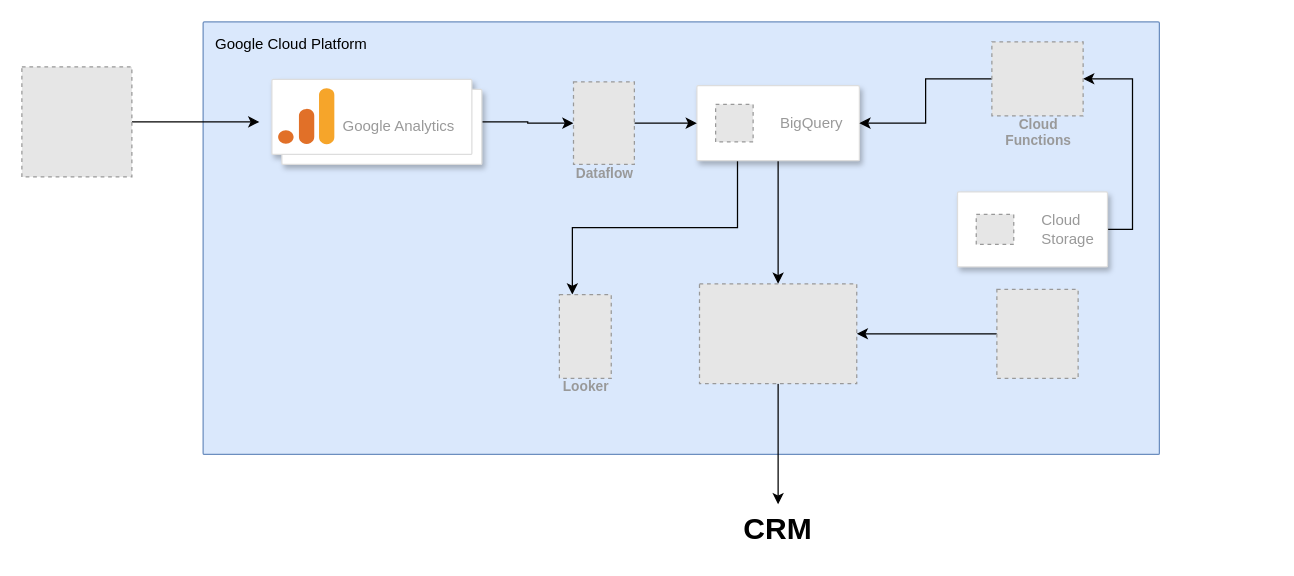
Before: Untitled Diagram.drawio in kmlhtpgl/devops, a draw.io diagram. Source tidied: cells renumbered, new cells numbered last; positions are measured from the earlier drawing's top-left corner, leaving out a move shared by most shapes. Both pictures are drawn from the tidied source at 125%, with x=0, y=0 at pixel (21, 21). Pictures stored in the file or linked from it are replaced by grey dashed boxes.
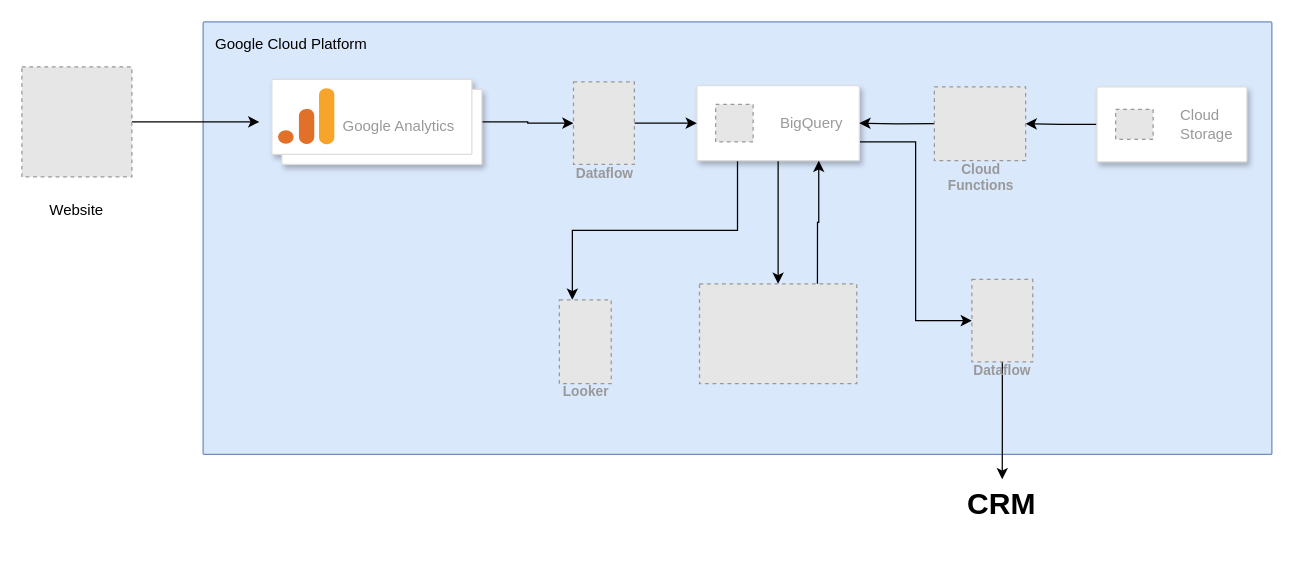
After the change.

The change refers to these unchanged cells:
```xml
<mxCell id="10" style="strokeColor=#dddddd;shadow=1;strokeWidth=1;rounded=1;absoluteArcSize=1;arcSize=2;" parent="1" vertex="1">
  <mxGeometry x="540" y="51" width="130" height="60" as="geometry" />
</mxCell>
<mxCell id="15" style="fillColor=#E6E6E6;strokeColor=#999999;dashed=1;verticalLabelPosition=bottom;verticalAlign=top;" parent="1" vertex="1">
  <mxGeometry x="542.1" y="209.6" width="125.8" height="79.8" as="geometry" />
</mxCell>
```

Diff of the diagram source:
```diff
@@
     <mxCell id="2" value="Google Cloud Platform" style="sketch=0;rounded=1;absoluteArcSize=1;arcSize=2;html=1;strokeColor=#6c8ebf;shadow=0;dashed=0;fontSize=12;align=left;verticalAlign=top;spacing=10;spacingTop=-4;whiteSpace=wrap;fillColor=#dae8fc;" parent="1" vertex="1">
-      <mxGeometry x="145" width="765" height="346" as="geometry" />
+      <mxGeometry x="145" width="855" height="346" as="geometry" />
     </mxCell>
@@
+    <mxCell id="25" style="edgeStyle=orthogonalEdgeStyle;rounded=0;jettySize=auto;html=1;exitX=1;exitY=0.75;exitDx=0;exitDy=0;entryX=0;entryY=0.5;entryDx=0;entryDy=0;" parent="1" edge="1" source="10" target="28">
+      <mxGeometry relative="1" as="geometry" />
+    </mxCell>
@@
-    <mxCell id="12" style="edgeStyle=orthogonalEdgeStyle;rounded=0;jettySize=auto;html=1;exitX=0;exitY=0.5;exitDx=0;exitDy=0;entryX=1;entryY=0.5;entryDx=0;entryDy=0;" parent="1" edge="1" source="13" target="15">
-      <mxGeometry relative="1" as="geometry" />
-    </mxCell>
-    <mxCell id="13" style="fillColor=#E6E6E6;strokeColor=#999999;dashed=1;verticalLabelPosition=bottom;labelBackgroundColor=default;verticalAlign=top;" parent="1" vertex="1">
-      <mxGeometry x="780" y="214" width="65" height="71.2" as="geometry" />
-    </mxCell>
-    <mxCell id="14" style="edgeStyle=orthogonalEdgeStyle;rounded=0;jettySize=auto;html=1;exitX=0.5;exitY=1;exitDx=0;exitDy=0;" parent="1" edge="1" source="15" target="16">
-      <mxGeometry relative="1" as="geometry" />
-    </mxCell>
+    <mxCell id="26" style="edgeStyle=orthogonalEdgeStyle;rounded=0;jettySize=auto;html=1;exitX=0.75;exitY=0;exitDx=0;exitDy=0;entryX=0.75;entryY=1;entryDx=0;entryDy=0;" parent="1" edge="1" source="15" target="10">
+      <mxGeometry relative="1" as="geometry" />
+    </mxCell>
@@
     <mxCell id="16" value="&lt;b&gt;&lt;font style=&quot;font-size: 24px;&quot;&gt;CRM&lt;/font&gt;&lt;/b&gt;" style="text;strokeColor=none;align=center;fillColor=none;html=1;verticalAlign=middle;whiteSpace=wrap;rounded=0;" parent="1" vertex="1">
-      <mxGeometry x="565" y="386" width="80" height="40" as="geometry" />
+      <mxGeometry x="744.3" y="366" width="80" height="40" as="geometry" />
     </mxCell>
-    <mxCell id="17" style="edgeStyle=orthogonalEdgeStyle;rounded=0;jettySize=auto;html=1;exitX=1;exitY=0.5;exitDx=0;exitDy=0;entryX=1;entryY=0.5;entryDx=0;entryDy=0;" parent="1" edge="1" source="18" target="24">
+    <mxCell id="17" style="edgeStyle=orthogonalEdgeStyle;rounded=0;jettySize=auto;html=1;exitX=0;exitY=0.5;exitDx=0;exitDy=0;entryX=1;entryY=0.5;entryDx=0;entryDy=0;" parent="1" edge="1" source="18" target="24">
       <mxGeometry relative="1" as="geometry" />
     </mxCell>
     <mxCell id="18" style="strokeColor=#dddddd;shadow=1;strokeWidth=1;rounded=1;absoluteArcSize=1;arcSize=2;" parent="1" vertex="1">
-      <mxGeometry x="748.5" y="136" width="120" height="60" as="geometry" />
+      <mxGeometry x="860" y="51.9" width="120" height="60" as="geometry" />
     </mxCell>
@@
     <mxCell id="20" value="Looker" style="fillColor=#E6E6E6;strokeColor=#999999;dashed=1;html=1;verticalAlign=top;labelPosition=center;verticalLabelPosition=bottom;align=center;spacingTop=-6;fontSize=11;fontStyle=1;fontColor=#999999;" parent="1" vertex="1">
-      <mxGeometry x="430" y="218.1" width="41.5" height="67" as="geometry" />
+      <mxGeometry x="430" y="222.4" width="41.5" height="67" as="geometry" />
     </mxCell>
@@
     <mxCell id="24" value="Cloud&#10;Functions" style="fillColor=#E6E6E6;strokeColor=#999999;dashed=1;html=1;verticalAlign=top;labelPosition=center;verticalLabelPosition=bottom;align=center;spacingTop=-6;fontSize=11;fontStyle=1;fontColor=#999999;" parent="1" vertex="1">
-      <mxGeometry x="776" y="16" width="73" height="59.1" as="geometry" />
+      <mxGeometry x="730" y="51.9" width="73" height="59.1" as="geometry" />
     </mxCell>
+    <mxCell id="27" style="edgeStyle=orthogonalEdgeStyle;rounded=0;jettySize=auto;html=1;exitX=0.5;exitY=1;exitDx=0;exitDy=0;" parent="1" edge="1" source="28" target="16">
+      <mxGeometry relative="1" as="geometry" />
+    </mxCell>
+    <mxCell id="28" value="Dataflow" style="fillColor=#E6E6E6;strokeColor=#999999;dashed=1;html=1;verticalAlign=top;labelPosition=center;verticalLabelPosition=bottom;align=center;spacingTop=-6;fontSize=11;fontStyle=1;fontColor=#999999;" parent="1" vertex="1">
+      <mxGeometry x="760" y="206" width="48.7" height="66" as="geometry" />
+    </mxCell>
+    <mxCell id="29" value="Website" style="text;strokeColor=none;align=center;fillColor=none;html=1;verticalAlign=middle;whiteSpace=wrap;rounded=0;" parent="1" vertex="1">
+      <mxGeometry x="14" y="136" width="60" height="30" as="geometry" />
+    </mxCell>
```
